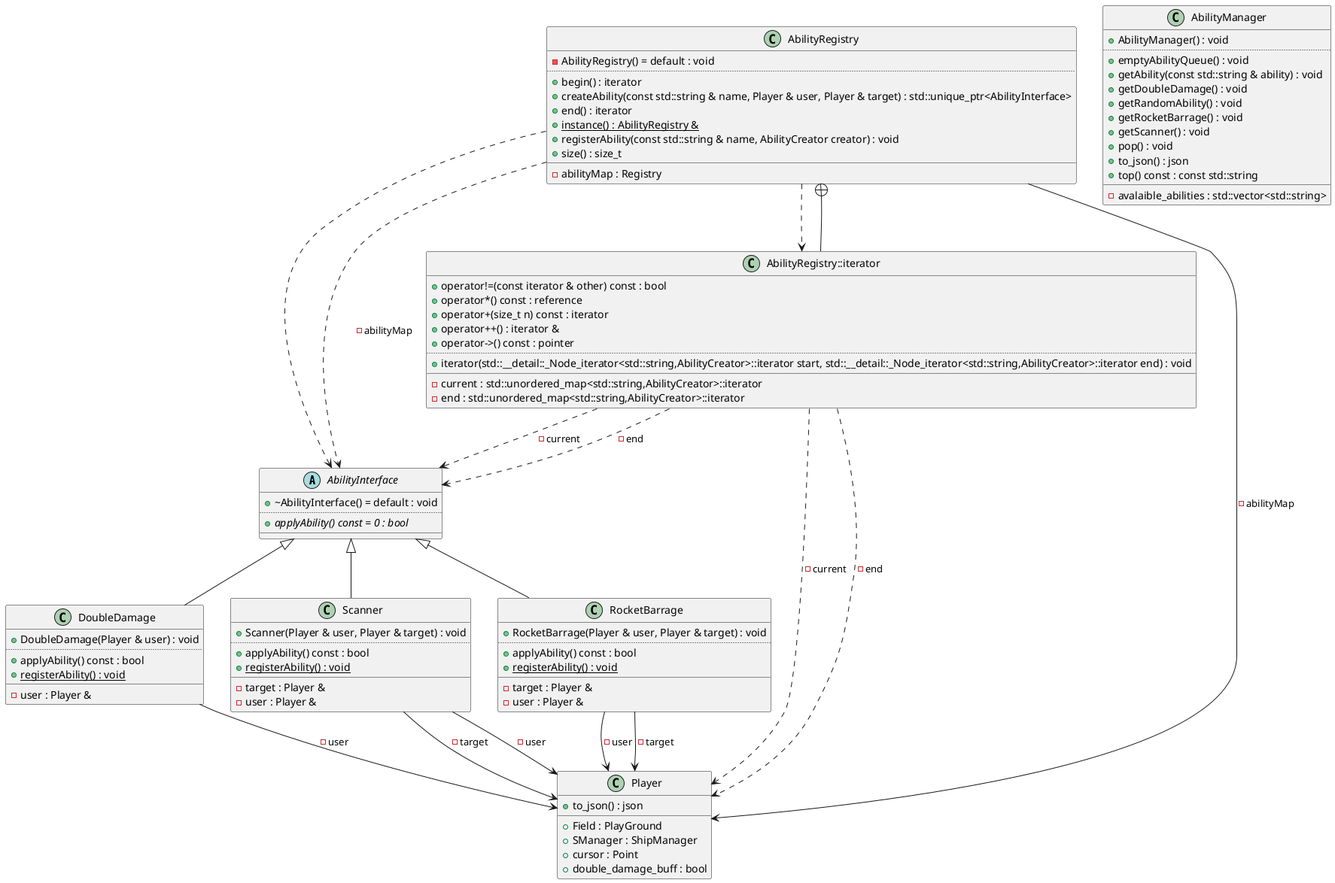
This is diagrams/abilties-diagram.png from Berletm/SeaBattleOOP, a PlantUML export, as it was before one commit.
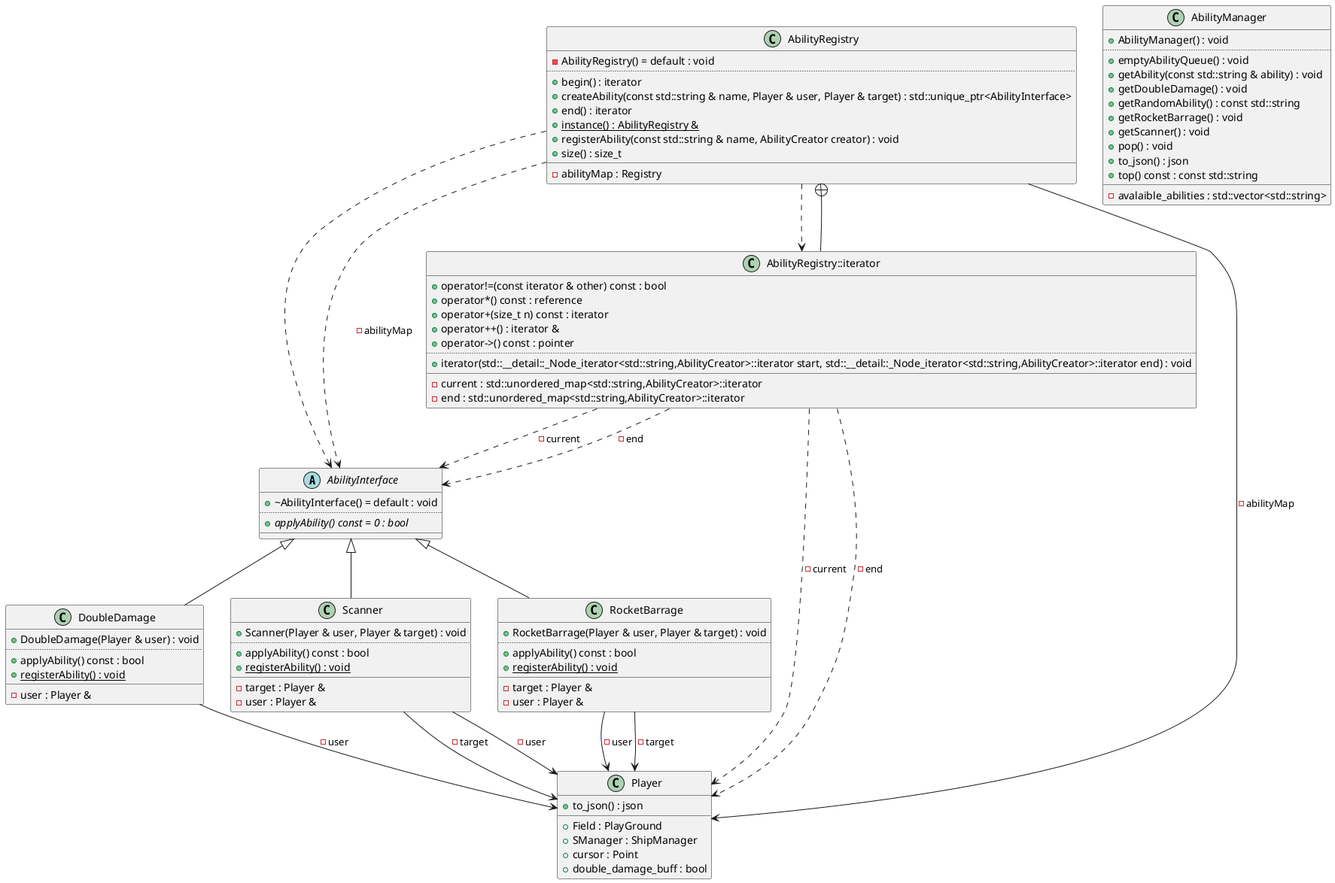
After the change.

The edit, as a diff of the source:
```diff
@@ -68,7 +68,7 @@
 +emptyAbilityQueue() : void
 +getAbility(const std::string & ability) : void
 +getDoubleDamage() : void
-+getRandomAbility() : void
++getRandomAbility() : const std::string
 +getRocketBarrage() : void
 +getScanner() : void
 +pop() : void
```
